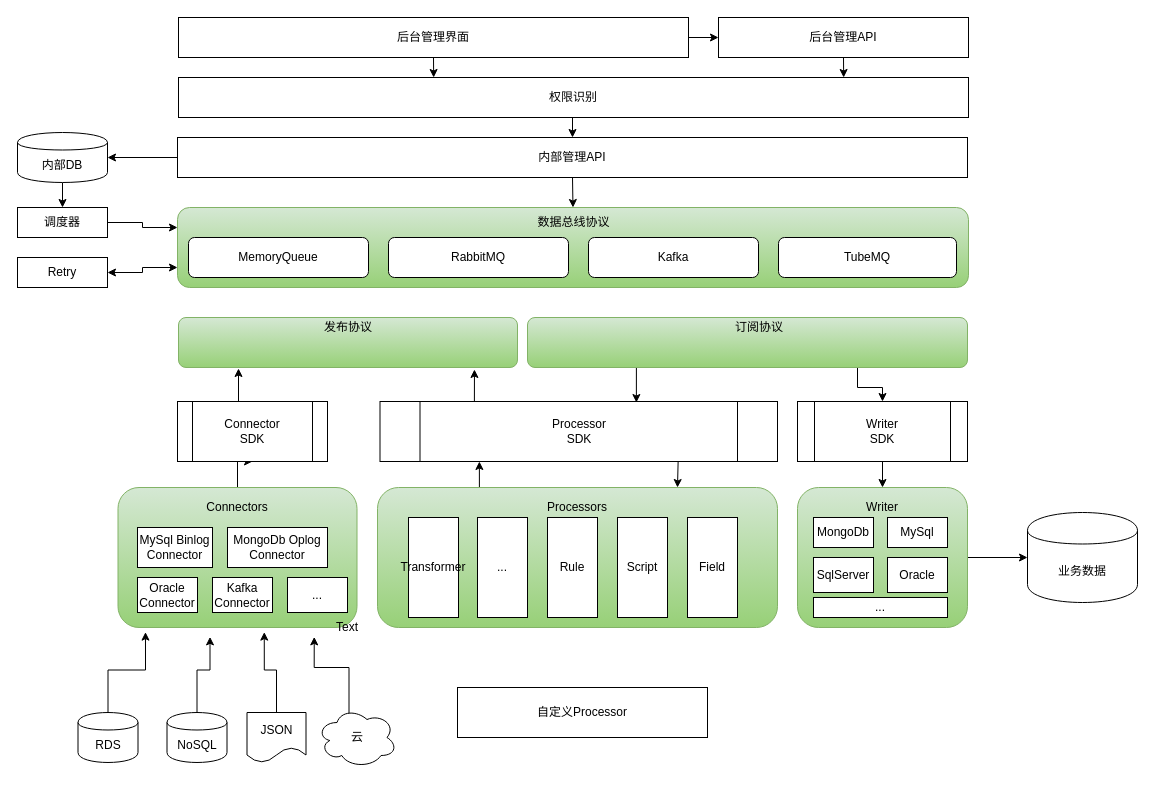
clawit/Cactus keeps this draw.io diagram as design/chart3.drawio. Above is the earlier version. Source tidied: cells renumbered, new cells numbered last; positions are measured from the earlier drawing's top-left corner, leaving out a move shared by most shapes. Both pictures are drawn from the tidied source at 100%, with x=0, y=0 at pixel (17, 17).
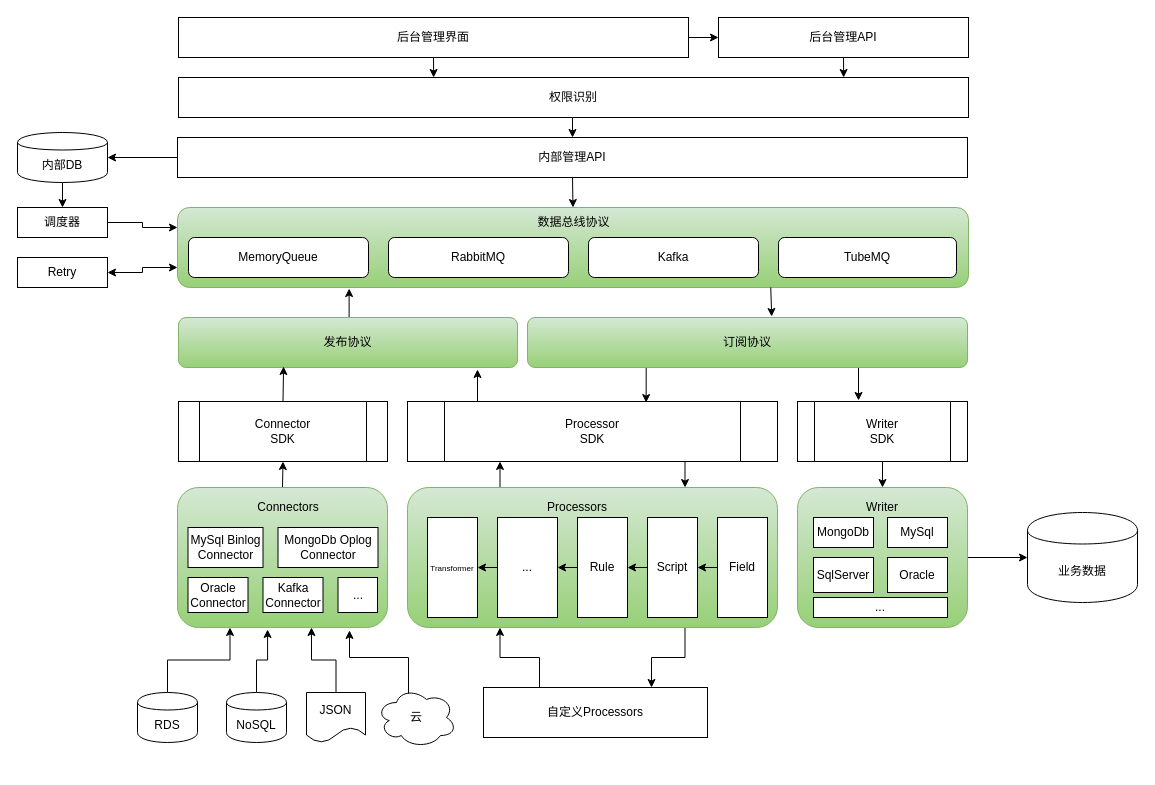
The same diagram, later.

The change refers to these unchanged cells:
```xml
<mxCell id="24" value="RDS" style="shape=cylinder;whiteSpace=wrap;html=1;boundedLbl=1;backgroundOutline=1;" parent="23" vertex="1">
  <mxGeometry y="5" width="60" height="50" as="geometry" />
</mxCell>
<mxCell id="25" value="NoSQL" style="shape=cylinder;whiteSpace=wrap;html=1;boundedLbl=1;backgroundOutline=1;" parent="23" vertex="1">
  <mxGeometry x="89" y="5" width="60" height="50" as="geometry" />
</mxCell>
<mxCell id="26" value="JSON" style="shape=document;whiteSpace=wrap;html=1;boundedLbl=1;" parent="23" vertex="1">
  <mxGeometry x="169" y="5" width="59" height="50" as="geometry" />
</mxCell>
<mxCell id="27" value="云" style="ellipse;shape=cloud;whiteSpace=wrap;html=1;" parent="23" vertex="1">
  <mxGeometry x="239" width="80" height="60" as="geometry" />
</mxCell>
<mxCell id="29" style="rounded=1;whiteSpace=wrap;html=1;fillColor=#d5e8d4;strokeColor=#82b366;gradientColor=#97d077;labelPosition=center;verticalLabelPosition=top;align=center;verticalAlign=bottom;" parent="28" vertex="1">
  <mxGeometry width="791" height="80" as="geometry" />
</mxCell>
<mxCell id="61" value="Writer&lt;br&gt;SDK" style="shape=process;whiteSpace=wrap;html=1;backgroundOutline=1;" parent="1" vertex="1">
  <mxGeometry x="780" y="384" width="170" height="60" as="geometry" />
</mxCell>
```

The edit, as a diff of the source:
```diff
@@
+    <mxCell id="75" style="edgeStyle=orthogonalEdgeStyle;rounded=0;jettySize=auto;html=1;exitX=0.5;exitY=0;exitDx=0;exitDy=0;entryX=0.217;entryY=1.013;entryDx=0;entryDy=0;entryPerimeter=0;" parent="1" edge="1" source="12" target="29">
+      <mxGeometry relative="1" as="geometry" />
+    </mxCell>
-    <mxCell id="12" style="rounded=1;whiteSpace=wrap;html=1;gradientColor=#97d077;fillColor=#d5e8d4;strokeColor=#82b366;" parent="1" vertex="1">
+    <mxCell id="12" value="&lt;span&gt;发布协议&lt;/span&gt;" style="rounded=1;whiteSpace=wrap;html=1;gradientColor=#97d077;fillColor=#d5e8d4;strokeColor=#82b366;" parent="1" vertex="1">
       <mxGeometry x="161" y="300" width="339" height="50" as="geometry" />
     </mxCell>
@@
-    <mxCell id="17" style="edgeStyle=orthogonalEdgeStyle;rounded=0;jettySize=auto;html=1;exitX=0.25;exitY=0;exitDx=0;exitDy=0;entryX=0.5;entryY=1;entryDx=0;entryDy=0;startArrow=none;startFill=0;" parent="1" edge="1" source="18" target="44">
-      <mxGeometry relative="1" as="geometry">
-        <Array as="points">
-          <mxPoint x="220" y="520" />
-        </Array>
-      </mxGeometry>
+    <mxCell id="17" style="edgeStyle=orthogonalEdgeStyle;rounded=0;jettySize=auto;html=1;exitX=0.5;exitY=0;exitDx=0;exitDy=0;entryX=0.5;entryY=1;entryDx=0;entryDy=0;" parent="1" edge="1" source="18" target="44">
+      <mxGeometry relative="1" as="geometry" />
     </mxCell>
     <mxCell id="18" style="rounded=1;whiteSpace=wrap;html=1;gradientColor=#97d077;fillColor=#d5e8d4;strokeColor=#82b366;" parent="1" vertex="1">
-      <mxGeometry x="100.5" y="470" width="239" height="140" as="geometry" />
+      <mxGeometry x="160" y="470" width="210" height="140" as="geometry" />
     </mxCell>
-    <mxCell id="19" value="发布协议" style="text;html=1;strokeColor=none;fillColor=none;align=center;verticalAlign=middle;whiteSpace=wrap;rounded=0;" parent="1" vertex="1">
-      <mxGeometry x="298.5" y="300" width="64" height="20" as="geometry" />
-    </mxCell>
@@
     <mxCell id="23" style="group;" parent="1" vertex="1">
-      <mxGeometry x="60.5" y="690" width="319" height="60" as="geometry" />
+      <mxGeometry x="120" y="670" width="319" height="60" as="geometry" />
     </mxCell>
@@
-    <mxCell id="36" style="edgeStyle=orthogonalEdgeStyle;rounded=0;jettySize=auto;html=1;exitX=0.75;exitY=1;exitDx=0;exitDy=0;entryX=0.5;entryY=0;entryDx=0;entryDy=0;startArrow=none;startFill=0;" parent="1" edge="1" source="37" target="61">
+    <mxCell id="36" style="edgeStyle=orthogonalEdgeStyle;rounded=0;jettySize=auto;html=1;exitX=0.75;exitY=1;exitDx=0;exitDy=0;entryX=0.359;entryY=-0.017;entryDx=0;entryDy=0;entryPerimeter=0;" parent="1" edge="1" source="37" target="61">
       <mxGeometry relative="1" as="geometry" />
     </mxCell>
-    <mxCell id="37" style="rounded=1;whiteSpace=wrap;html=1;gradientColor=#97d077;fillColor=#d5e8d4;strokeColor=#82b366;" parent="1" vertex="1">
+    <mxCell id="37" value="&lt;span&gt;订阅协议&lt;/span&gt;" style="rounded=1;whiteSpace=wrap;html=1;gradientColor=#97d077;fillColor=#d5e8d4;strokeColor=#82b366;" parent="1" vertex="1">
       <mxGeometry x="510" y="300" width="440" height="50" as="geometry" />
     </mxCell>
-    <mxCell id="38" value="订阅协议" style="text;html=1;strokeColor=none;fillColor=none;align=center;verticalAlign=middle;whiteSpace=wrap;rounded=0;" parent="1" vertex="1">
-      <mxGeometry x="710" y="300" width="64" height="20" as="geometry" />
-    </mxCell>
-    <mxCell id="39" style="edgeStyle=orthogonalEdgeStyle;rounded=0;jettySize=auto;html=1;exitX=0.5;exitY=0;exitDx=0;exitDy=0;entryX=0.115;entryY=1.033;entryDx=0;entryDy=0;entryPerimeter=0;startArrow=none;startFill=0;" parent="1" edge="1" source="24" target="18">
-      <mxGeometry relative="1" as="geometry" />
-    </mxCell>
-    <mxCell id="40" style="edgeStyle=orthogonalEdgeStyle;rounded=0;jettySize=auto;html=1;exitX=0.5;exitY=0;exitDx=0;exitDy=0;entryX=0.385;entryY=1.067;entryDx=0;entryDy=0;entryPerimeter=0;startArrow=none;startFill=0;" parent="1" edge="1" source="25" target="18">
-      <mxGeometry relative="1" as="geometry" />
-    </mxCell>
-    <mxCell id="41" style="edgeStyle=orthogonalEdgeStyle;rounded=0;jettySize=auto;html=1;exitX=0.5;exitY=0;exitDx=0;exitDy=0;entryX=0.612;entryY=1.033;entryDx=0;entryDy=0;entryPerimeter=0;startArrow=none;startFill=0;" parent="1" edge="1" source="26" target="18">
-      <mxGeometry relative="1" as="geometry" />
-    </mxCell>
-    <mxCell id="42" style="edgeStyle=orthogonalEdgeStyle;rounded=0;jettySize=auto;html=1;exitX=0.4;exitY=0.1;exitDx=0;exitDy=0;exitPerimeter=0;entryX=0.821;entryY=1.067;entryDx=0;entryDy=0;entryPerimeter=0;startArrow=none;startFill=0;" parent="1" edge="1" source="27" target="18">
-      <mxGeometry relative="1" as="geometry" />
-    </mxCell>
-    <mxCell id="43" style="edgeStyle=orthogonalEdgeStyle;rounded=0;jettySize=auto;html=1;exitX=0.5;exitY=0;exitDx=0;exitDy=0;entryX=0.177;entryY=1.02;entryDx=0;entryDy=0;entryPerimeter=0;startArrow=none;startFill=0;" parent="1" edge="1" source="44" target="12">
+    <mxCell id="43" style="edgeStyle=orthogonalEdgeStyle;rounded=0;jettySize=auto;html=1;exitX=0.5;exitY=0;exitDx=0;exitDy=0;entryX=0.31;entryY=0.98;entryDx=0;entryDy=0;entryPerimeter=0;" parent="1" edge="1" source="44" target="12">
       <mxGeometry relative="1" as="geometry" />
     </mxCell>
     <mxCell id="44" value="Connector&lt;br&gt;SDK" style="shape=process;whiteSpace=wrap;html=1;backgroundOutline=1;" parent="1" vertex="1">
-      <mxGeometry x="160" y="384" width="150" height="60" as="geometry" />
+      <mxGeometry x="161" y="384" width="209" height="60" as="geometry" />
     </mxCell>
+    <mxCell id="46" style="edgeStyle=orthogonalEdgeStyle;rounded=0;jettySize=auto;html=1;exitX=0.75;exitY=1;exitDx=0;exitDy=0;entryX=0.75;entryY=0;entryDx=0;entryDy=0;startArrow=none;startFill=0;" parent="1" edge="1" source="47" target="49">
+      <mxGeometry relative="1" as="geometry" />
+    </mxCell>
-    <mxCell id="45" style="edgeStyle=orthogonalEdgeStyle;rounded=0;jettySize=auto;html=1;exitX=0.25;exitY=0;exitDx=0;exitDy=0;entryX=0.873;entryY=1.04;entryDx=0;entryDy=0;entryPerimeter=0;startArrow=none;startFill=0;" parent="1" edge="1" source="47" target="12">
+    <mxCell id="45" style="edgeStyle=orthogonalEdgeStyle;rounded=0;jettySize=auto;html=1;exitX=0.25;exitY=0;exitDx=0;exitDy=0;entryX=0.882;entryY=1.04;entryDx=0;entryDy=0;entryPerimeter=0;" parent="1" edge="1" source="47" target="12">
       <mxGeometry relative="1" as="geometry" />
     </mxCell>
-    <mxCell id="46" style="edgeStyle=orthogonalEdgeStyle;rounded=0;jettySize=auto;html=1;exitX=0.75;exitY=1;exitDx=0;exitDy=0;entryX=0.75;entryY=0;entryDx=0;entryDy=0;startArrow=none;startFill=0;" parent="1" edge="1" source="47" target="49">
-      <mxGeometry relative="1" as="geometry" />
-    </mxCell>
     <mxCell id="47" value="Processor&lt;br&gt;SDK" style="shape=process;whiteSpace=wrap;html=1;backgroundOutline=1;" parent="1" vertex="1">
-      <mxGeometry x="362.5" y="384" width="397.5" height="60" as="geometry" />
+      <mxGeometry x="390" y="384" width="370" height="60" as="geometry" />
     </mxCell>
@@
+    <mxCell id="76" style="edgeStyle=orthogonalEdgeStyle;rounded=0;jettySize=auto;html=1;exitX=0.75;exitY=1;exitDx=0;exitDy=0;entryX=0.75;entryY=0;entryDx=0;entryDy=0;" parent="1" edge="1" source="49" target="62">
+      <mxGeometry relative="1" as="geometry" />
+    </mxCell>
     <mxCell id="49" style="rounded=1;whiteSpace=wrap;html=1;gradientColor=#97d077;fillColor=#d5e8d4;strokeColor=#82b366;" parent="1" vertex="1">
-      <mxGeometry x="360" y="470" width="400" height="140" as="geometry" />
+      <mxGeometry x="390" y="470" width="370" height="140" as="geometry" />
     </mxCell>
-    <mxCell id="50" value="Text" style="text;html=1;strokeColor=none;fillColor=none;align=center;verticalAlign=middle;whiteSpace=wrap;rounded=0;" parent="1" vertex="1">
-      <mxGeometry x="310" y="600" width="40" height="20" as="geometry" />
-    </mxCell>
     <mxCell id="51" value="Connectors" style="text;html=1;strokeColor=none;fillColor=none;align=center;verticalAlign=middle;whiteSpace=wrap;rounded=0;" parent="1" vertex="1">
-      <mxGeometry x="200" y="480" width="40" height="20" as="geometry" />
+      <mxGeometry x="250.5" y="480" width="40" height="20" as="geometry" />
     </mxCell>
     <mxCell id="52" value="MySql Binlog&lt;br&gt;Connector" style="rounded=0;whiteSpace=wrap;html=1;" parent="1" vertex="1">
-      <mxGeometry x="120" y="510" width="75" height="40" as="geometry" />
+      <mxGeometry x="170.5" y="510" width="75" height="40" as="geometry" />
     </mxCell>
     <mxCell id="53" value="MongoDb Oplog&lt;br&gt;Connector" style="rounded=0;whiteSpace=wrap;html=1;" parent="1" vertex="1">
-      <mxGeometry x="210" y="510" width="100" height="40" as="geometry" />
+      <mxGeometry x="260.5" y="510" width="100" height="40" as="geometry" />
     </mxCell>
     <mxCell id="54" value="Oracle&lt;br&gt;Connector" style="rounded=0;whiteSpace=wrap;html=1;" parent="1" vertex="1">
-      <mxGeometry x="120" y="560" width="60" height="35" as="geometry" />
+      <mxGeometry x="170.5" y="560" width="60" height="35" as="geometry" />
     </mxCell>
     <mxCell id="55" value="Kafka&lt;br&gt;Connector" style="rounded=0;whiteSpace=wrap;html=1;" parent="1" vertex="1">
-      <mxGeometry x="195" y="560" width="60" height="35" as="geometry" />
+      <mxGeometry x="245.5" y="560" width="60" height="35" as="geometry" />
     </mxCell>
     <mxCell id="56" value="..." style="rounded=0;whiteSpace=wrap;html=1;" parent="1" vertex="1">
-      <mxGeometry x="270" y="560" width="60" height="35" as="geometry" />
+      <mxGeometry x="320.5" y="560" width="39.5" height="35" as="geometry" />
     </mxCell>
@@
+    <mxCell id="77" style="edgeStyle=orthogonalEdgeStyle;rounded=0;jettySize=auto;html=1;exitX=0.25;exitY=0;exitDx=0;exitDy=0;entryX=0.25;entryY=1;entryDx=0;entryDy=0;" parent="1" edge="1" source="62" target="49">
+      <mxGeometry relative="1" as="geometry" />
+    </mxCell>
-    <mxCell id="62" value="自定义Processor" style="rounded=0;whiteSpace=wrap;html=1;" parent="1" vertex="1">
-      <mxGeometry x="440" y="670" width="250" height="50" as="geometry" />
+    <mxCell id="62" value="自定义Processors" style="rounded=0;whiteSpace=wrap;html=1;" parent="1" vertex="1">
+      <mxGeometry x="466" y="670" width="224" height="50" as="geometry" />
     </mxCell>
@@
+    <mxCell id="78" style="edgeStyle=orthogonalEdgeStyle;rounded=0;jettySize=auto;html=1;exitX=0;exitY=0.5;exitDx=0;exitDy=0;entryX=1;entryY=0.5;entryDx=0;entryDy=0;" parent="1" edge="1" source="70" target="72">
+      <mxGeometry relative="1" as="geometry" />
+    </mxCell>
     <mxCell id="70" value="Field" style="rounded=0;whiteSpace=wrap;html=1;" parent="1" vertex="1">
-      <mxGeometry x="670" y="500" width="50" height="100" as="geometry" />
+      <mxGeometry x="700" y="500" width="50" height="100" as="geometry" />
     </mxCell>
+    <mxCell id="79" style="edgeStyle=orthogonalEdgeStyle;rounded=0;jettySize=auto;html=1;exitX=0;exitY=0.5;exitDx=0;exitDy=0;entryX=1;entryY=0.5;entryDx=0;entryDy=0;" parent="1" edge="1" source="71" target="73">
+      <mxGeometry relative="1" as="geometry" />
+    </mxCell>
     <mxCell id="71" value="Rule" style="rounded=0;whiteSpace=wrap;html=1;" parent="1" vertex="1">
-      <mxGeometry x="530" y="500" width="50" height="100" as="geometry" />
+      <mxGeometry x="560" y="500" width="50" height="100" as="geometry" />
     </mxCell>
+    <mxCell id="80" style="edgeStyle=orthogonalEdgeStyle;rounded=0;jettySize=auto;html=1;exitX=0;exitY=0.5;exitDx=0;exitDy=0;entryX=1;entryY=0.5;entryDx=0;entryDy=0;" parent="1" edge="1" source="72" target="71">
+      <mxGeometry relative="1" as="geometry" />
+    </mxCell>
     <mxCell id="72" value="Script" style="rounded=0;whiteSpace=wrap;html=1;" parent="1" vertex="1">
-      <mxGeometry x="600" y="500" width="50" height="100" as="geometry" />
+      <mxGeometry x="630" y="500" width="50" height="100" as="geometry" />
     </mxCell>
+    <mxCell id="81" style="edgeStyle=orthogonalEdgeStyle;rounded=0;jettySize=auto;html=1;exitX=0;exitY=0.5;exitDx=0;exitDy=0;entryX=1;entryY=0.5;entryDx=0;entryDy=0;" parent="1" edge="1" source="73" target="74">
+      <mxGeometry relative="1" as="geometry" />
+    </mxCell>
     <mxCell id="73" value="..." style="rounded=0;whiteSpace=wrap;html=1;" parent="1" vertex="1">
-      <mxGeometry x="460" y="500" width="50" height="100" as="geometry" />
+      <mxGeometry x="480" y="500" width="60" height="100" as="geometry" />
     </mxCell>
-    <mxCell id="74" value="Transformer" style="rounded=0;whiteSpace=wrap;html=1;" parent="1" vertex="1">
-      <mxGeometry x="391" y="500" width="50" height="100" as="geometry" />
+    <mxCell id="74" value="&lt;font style=&quot;font-size: 8px&quot;&gt;Transformer&lt;/font&gt;" style="rounded=0;whiteSpace=wrap;html=1;" parent="1" vertex="1">
+      <mxGeometry x="410" y="500" width="50" height="100" as="geometry" />
     </mxCell>
+    <mxCell id="41" style="edgeStyle=orthogonalEdgeStyle;rounded=0;jettySize=auto;html=1;exitX=0.5;exitY=0;exitDx=0;exitDy=0;entryX=0.638;entryY=1;entryDx=0;entryDy=0;entryPerimeter=0;" parent="1" edge="1" source="26" target="18">
+      <mxGeometry relative="1" as="geometry" />
+    </mxCell>
+    <mxCell id="40" style="edgeStyle=orthogonalEdgeStyle;rounded=0;jettySize=auto;html=1;exitX=0.5;exitY=0;exitDx=0;exitDy=0;entryX=0.429;entryY=1.014;entryDx=0;entryDy=0;entryPerimeter=0;" parent="1" edge="1" source="25" target="18">
+      <mxGeometry relative="1" as="geometry" />
+    </mxCell>
+    <mxCell id="42" style="edgeStyle=orthogonalEdgeStyle;rounded=0;jettySize=auto;html=1;exitX=0.4;exitY=0.1;exitDx=0;exitDy=0;exitPerimeter=0;entryX=0.819;entryY=1.021;entryDx=0;entryDy=0;entryPerimeter=0;" parent="1" edge="1" source="27" target="18">
+      <mxGeometry relative="1" as="geometry" />
+    </mxCell>
+    <mxCell id="39" style="edgeStyle=orthogonalEdgeStyle;rounded=0;jettySize=auto;html=1;exitX=0.5;exitY=0;exitDx=0;exitDy=0;entryX=0.25;entryY=1;entryDx=0;entryDy=0;" parent="1" edge="1" source="24" target="18">
+      <mxGeometry relative="1" as="geometry" />
+    </mxCell>
+    <mxCell id="82" style="edgeStyle=orthogonalEdgeStyle;rounded=0;jettySize=auto;html=1;exitX=0.75;exitY=1;exitDx=0;exitDy=0;entryX=0.555;entryY=-0.02;entryDx=0;entryDy=0;entryPerimeter=0;" parent="1" edge="1" source="29" target="37">
+      <mxGeometry relative="1" as="geometry" />
+    </mxCell>
```
